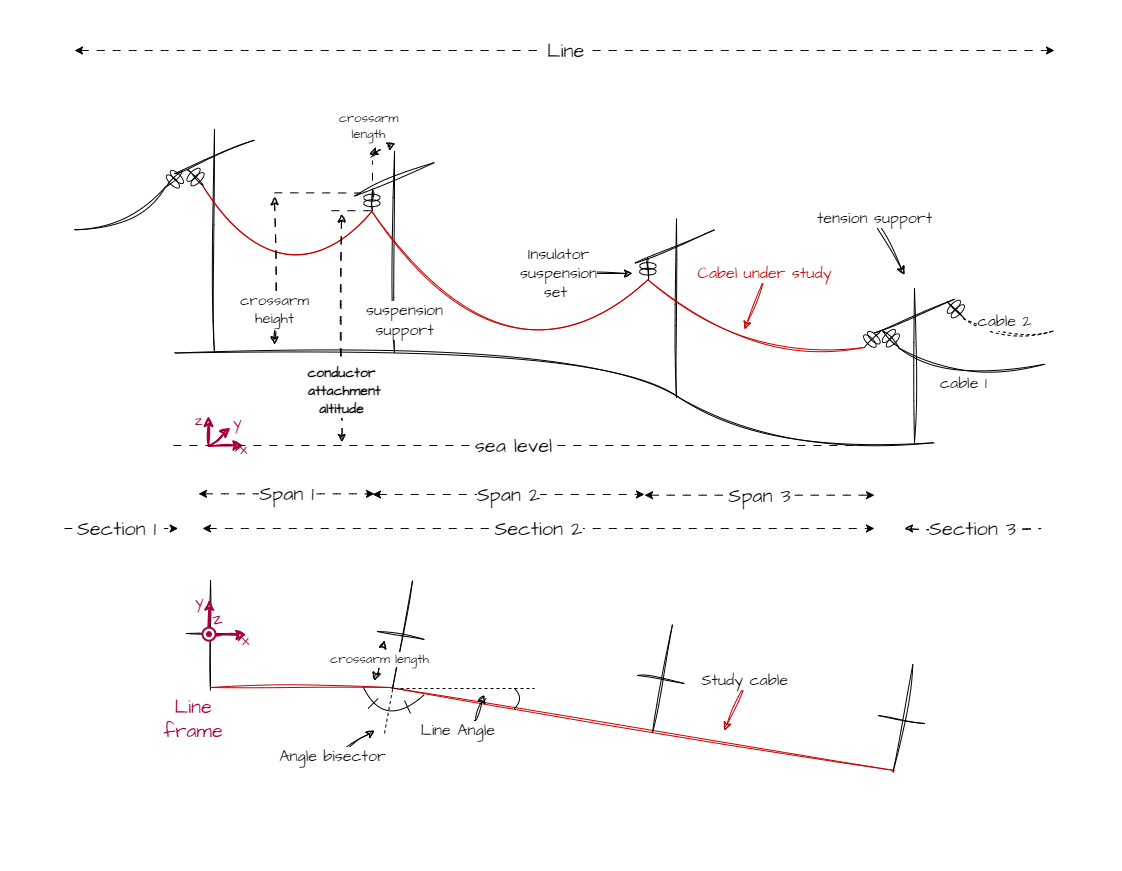
This is docs/user_guide/assets/powerline_definitions.drawio.png from phlowers/mechaphlowers, a draw.io export, as it was before one commit. Source tidied: cells renumbered, new cells last; positions are measured from the earlier drawing's top-left corner, leaving out a move shared by most shapes.
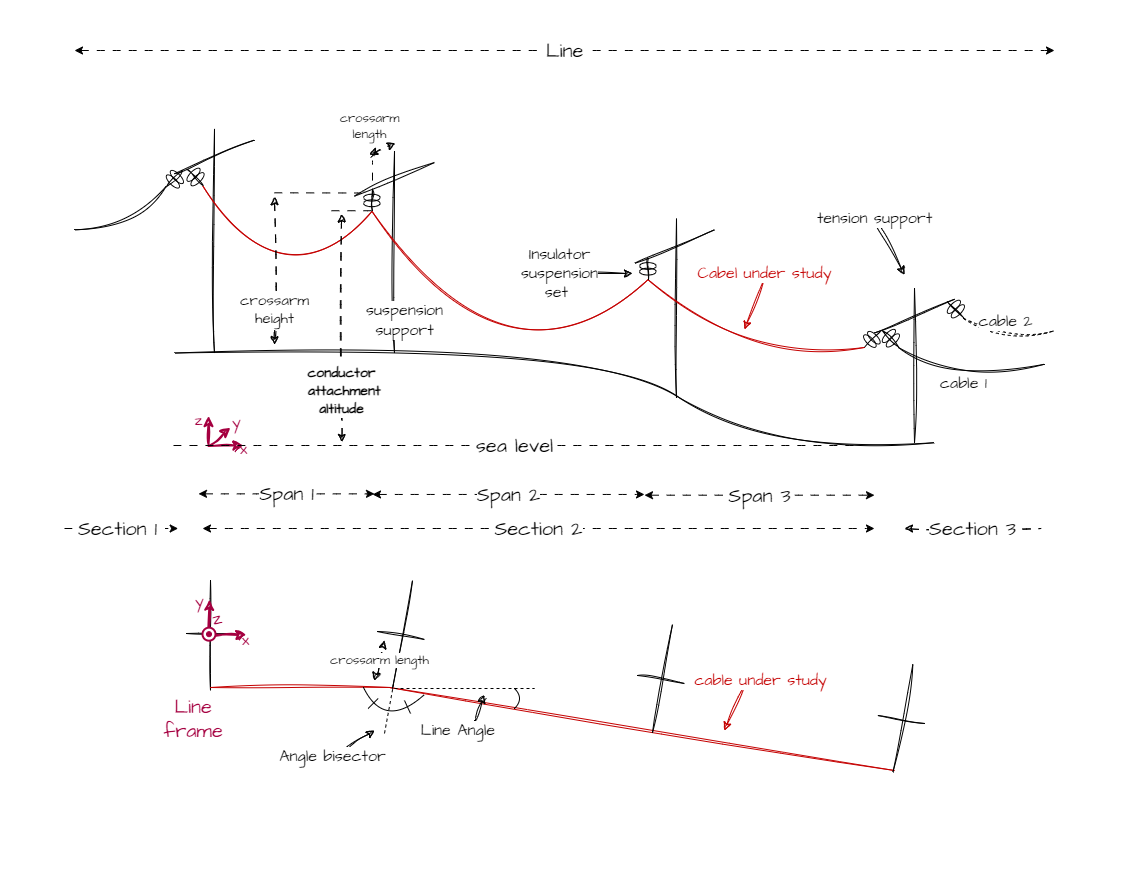
Later version of the same file.

Commit message:
improvements following review

Diff of the diagram source:
```diff
@@ -91,10 +91,11 @@
         <mxPoint x="-24" y="-12" as="offset" />
       </mxGeometry>
     </mxCell>
-    <mxCell id="18" value="Study cable" style="endArrow=classic;startArrow=none;html=1;rounded=0;shadow=0;sketch=1;hachureGap=4;jiggle=2;curveFitting=1;strokeColor=#C40000;fontFamily=Architects Daughter;fontSource=https%3A%2F%2Ffonts.googleapis.com%2Fcss%3Ffamily%3DArchitects%2BDaughter;fontSize=16;startSize=6;endSize=6;curved=1;jumpSize=6;startFill=0;" parent="1" edge="1">
-      <mxGeometry x="-1" relative="1" as="geometry">
+    <mxCell id="18" value="cable under study" style="endArrow=classic;startArrow=none;html=1;rounded=0;shadow=0;sketch=1;hachureGap=4;jiggle=2;curveFitting=1;strokeColor=#C40000;fontFamily=Architects Daughter;fontSource=https%3A%2F%2Ffonts.googleapis.com%2Fcss%3Ffamily%3DArchitects%2BDaughter;fontSize=16;startSize=6;endSize=6;curved=1;jumpSize=6;startFill=0;fontColor=#C40000;" parent="1" edge="1">
+      <mxGeometry x="-1" y="16" relative="1" as="geometry">
         <mxPoint x="744" y="680" as="sourcePoint" />
         <mxPoint x="724" y="730" as="targetPoint" />
+        <mxPoint x="1" y="-6" as="offset" />
       </mxGeometry>
     </mxCell>
     <mxCell id="19" value="crossarm length" style="endArrow=classic;startArrow=classic;html=1;rounded=0;shadow=0;sketch=1;hachureGap=4;jiggle=2;curveFitting=1;strokeColor=default;fontFamily=Architects Daughter;fontSource=https%3A%2F%2Ffonts.googleapis.com%2Fcss%3Ffamily%3DArchitects%2BDaughter;fontSize=13;startSize=6;endSize=6;curved=1;jumpSize=6;dashed=1;dashPattern=8 8;" parent="1" edge="1">
```
